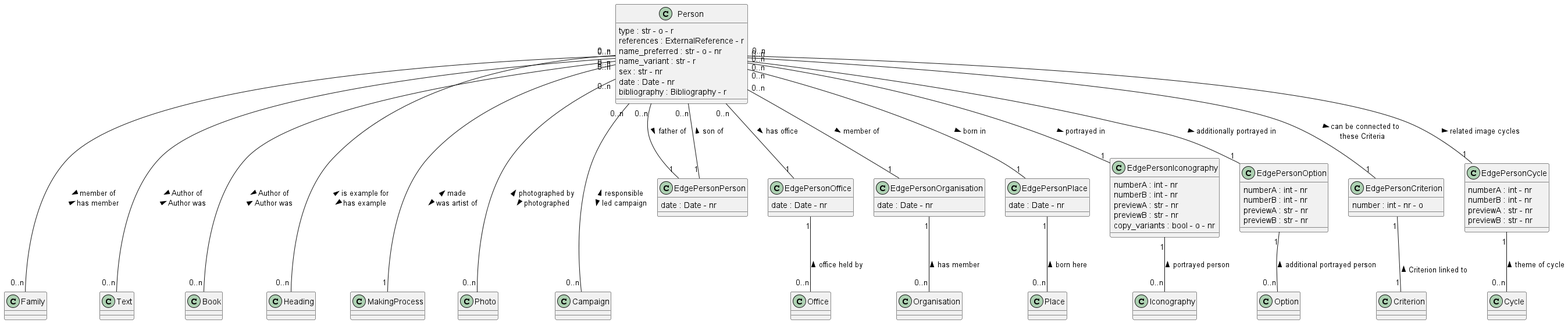
The PlantUML diagram documentation/class_diagrams/Person.png in tmasch/bpf_be, before a commit.
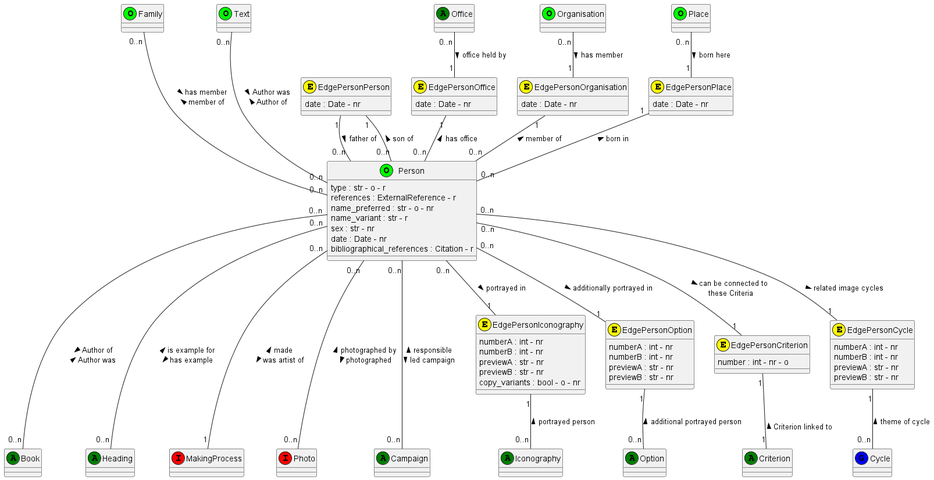
After the change.

Change to the diagram source:
```diff
@@ -1,91 +1,89 @@
 @startuml Person
-class Person
+class Person <<(O,lime)>>
 Person : type : str - o - r
 Person : references : ExternalReference - r
 Person : name_preferred : str - o - nr
 Person : name_variant : str - r
 Person : sex : str - nr
 Person : date : Date - nr
-Person : bibliography : Bibliography - r
+Person : bibliographical_references : Citation - r
 
 
-class Person
+class Family <<(O,lime)>>
 
-class Family
+class Office <<(A,green)>>
 
-class Office
+class Organisation <<(O,lime)>>
 
-class Organisation
+class Place <<(O,lime)>>
 
-class Place
+class Iconography <<(A,green)>>
 
-class Iconography
+class Option <<(A,green)>>
 
-class Option
+class Criterion <<(A,green)>>
 
-class Criterion
+class Cycle <<(G,blue)>>
 
-class Cycle
+class Text <<(O,lime)>>
 
-class Text
+class Book <<(A,green)>>
 
-class Book
+class Heading <<(A,green)>>
 
-class Heading
+class MakingProcess <<(I,red)>>
 
-class MakingProcess
+class Photo <<(I,red)>>
 
-class Photo
+class Campaign <<(A,green)>>
 
-class Campaign
-
-class EdgePersonPerson
+class EdgePersonPerson <<(E,yellow)>>
 EdgePersonPerson : date : Date - nr
 
-class EdgePersonOffice
+class EdgePersonOffice <<(E,yellow)>>
 EdgePersonOffice : date : Date - nr
 
-class EdgePersonOrganisation
+class EdgePersonOrganisation <<(E,yellow)>>
 EdgePersonOrganisation : date : Date - nr
 
-class EdgePersonPlace
+class EdgePersonPlace <<(E,yellow)>>
 EdgePersonPlace : date : Date - nr
 
-class EdgePersonIconography
+class EdgePersonIconography <<(E,yellow)>>
 EdgePersonIconography : numberA : int - nr
 EdgePersonIconography : numberB : int - nr
 EdgePersonIconography : previewA : str - nr
 EdgePersonIconography : previewB : str - nr
 
-class EdgePersonOption
+class EdgePersonOption <<(E,yellow)>>
 EdgePersonOption : numberA : int - nr
 EdgePersonOption : numberB : int - nr
 EdgePersonOption : previewA : str - nr
 EdgePersonOption : previewB : str - nr
 EdgePersonIconography : copy_variants : bool - o - nr
 
-class EdgePersonCriterion
+class EdgePersonCriterion <<(E,yellow)>>
 EdgePersonCriterion : number : int - nr - o
 
-class EdgePersonCycle
+class EdgePersonCycle <<(E,yellow)>>
 EdgePersonCycle : numberA : int - nr
 EdgePersonCycle : numberB : int - nr
 EdgePersonCycle : previewA : str - nr
 EdgePersonCycle : previewB : str - nr
 
-Person "0..n" -- "1" EdgePersonPerson : father of >
-EdgePersonPerson "1" -- "0..n" Person : son of >
+EdgePersonPerson "1" -- "0..n" Person : father of >
+EdgePersonPerson "1" -- "0..n" Person : son of <
 
-Person "0..n" --- "0..n" Family : > member of \n has member <
+Family "0..n" --- "0..n" Person : > has member \n member of <
 
-Person "0..n" -- "1" EdgePersonOffice : has office >
-EdgePersonOffice "1" -- "0..n" Office : office held by <
+Office "0..n" -- "1" EdgePersonOffice : office held by >
+EdgePersonOffice "1" -- "0..n" Person :  has office <
 
-Person "0..n" -- "1" EdgePersonOrganisation : member of >
-EdgePersonOrganisation "1" -- "0..n" Organisation : has member <
+Organisation "0..n" -- "1" EdgePersonOrganisation : has member >
+EdgePersonOrganisation "1" -- "0..n" Person : member of <
 
-Person "0..n" -- "1" EdgePersonPlace : born in >
-EdgePersonPlace "1" -- "0..n" Place : born here <
+Place "0..n" -- "1" EdgePersonPlace : born here >
+EdgePersonPlace "1" -- "0..n" Person : born in  <
 
 Person "0..n" -- "1" EdgePersonIconography : portrayed in >
 EdgePersonIconography "1" -- "0..n" Iconography : portrayed person <
@@ -99,7 +97,7 @@
 Person "0..n" -- "1" EdgePersonCycle : related image cycles >
 EdgePersonCycle "1" -- "0..n" Cycle : theme of cycle <
 
-Person "0..n" --- "0..n" Text : > Author of \n Author was <
+Text "0..n" --- "0..n" Person : > Author was \n Author of <
 
 Person "0..n" --- "0..n" Book : > Author of \n Author was <
 
```
